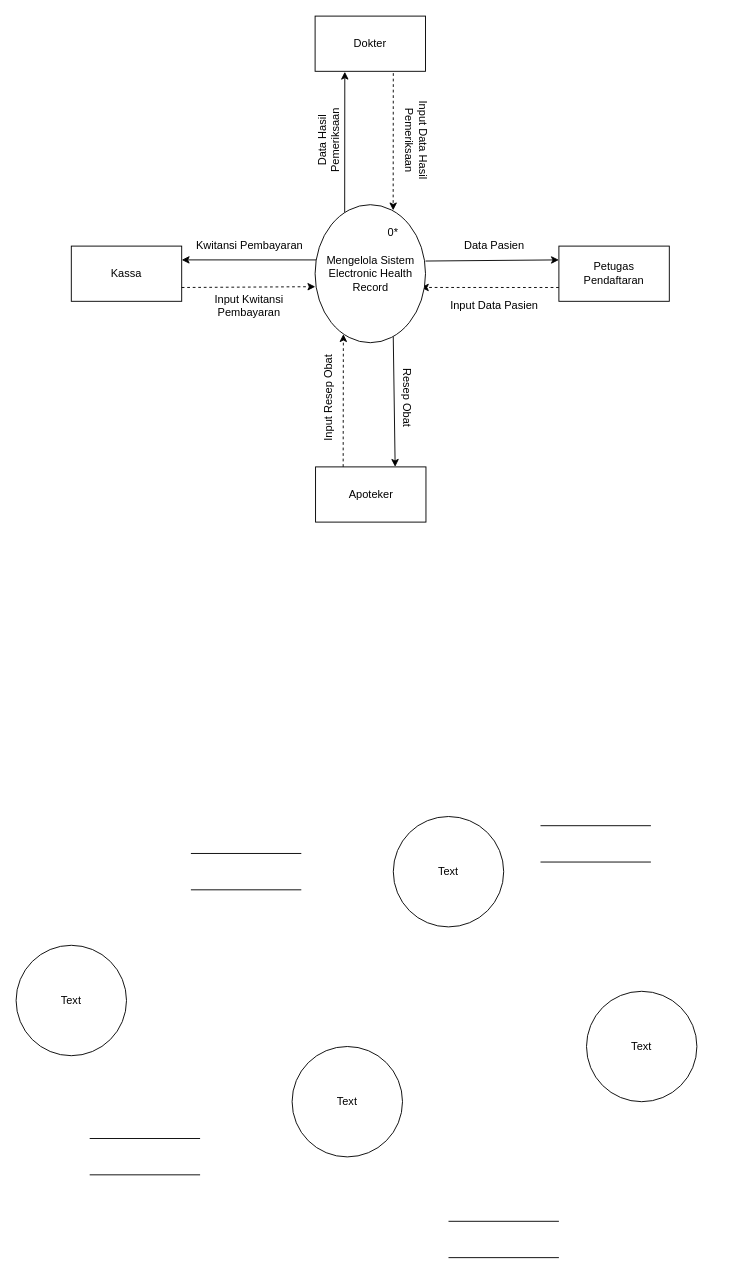
Arfnvaaa/Arfnvaaa keeps this draw.io diagram as DFD LVL 0.drawio. Above is the earlier version. Source tidied: cells renumbered, new cells numbered last; positions are measured from the earlier drawing's top-left corner, leaving out a move shared by most shapes. Both pictures are drawn from the tidied source at 92%, with x=0, y=0 at pixel (16, 16).
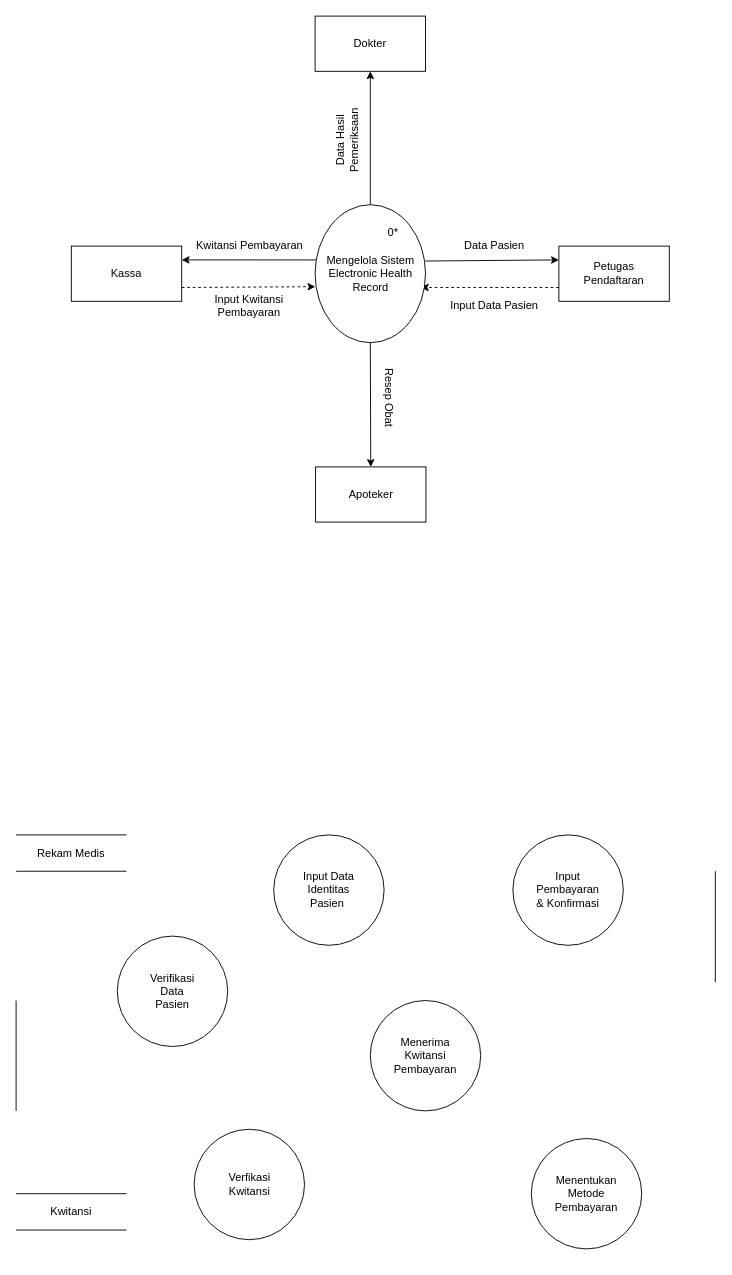
Above is the later version.

The change refers to these unchanged cells:
```xml
<mxCell id="13" style="ellipse;whiteSpace=wrap;html=1;rotation=90;" parent="12" vertex="1">
  <mxGeometry x="-13" y="15" width="150" height="120" as="geometry" />
</mxCell>
<mxCell id="18" style="rounded=0;whiteSpace=wrap;html=1;" parent="17" vertex="1">
  <mxGeometry width="120" height="60" as="geometry" />
</mxCell>
<mxCell id="24" style="rounded=0;whiteSpace=wrap;html=1;" parent="23" vertex="1">
  <mxGeometry width="120" height="60" as="geometry" />
</mxCell>
```

Diff of the diagram source:
```diff
@@
-    <mxCell id="6" style="endArrow=classic;html=1;rounded=0;dashed=1;entryX=0.041;entryY=0.293;entryDx=0;entryDy=0;entryPerimeter=0;" parent="1" edge="1" target="13">
-      <mxGeometry relative="1" as="geometry">
-        <mxPoint x="410" y="62" as="sourcePoint" />
-      </mxGeometry>
-    </mxCell>
@@
-    <mxCell id="8" style="endArrow=classic;html=1;rounded=0;dashed=1;exitX=0.25;exitY=0;exitDx=0;exitDy=0;entryX=0.938;entryY=0.744;entryDx=0;entryDy=0;entryPerimeter=0;" parent="1" edge="1" source="24" target="13">
-      <mxGeometry relative="1" as="geometry" />
-    </mxCell>
-    <mxCell id="9" style="endArrow=classic;html=1;rounded=0;entryX=0.269;entryY=1.008;entryDx=0;entryDy=0;exitX=0.057;exitY=0.732;exitDx=0;exitDy=0;exitPerimeter=0;entryPerimeter=0;" parent="1" edge="1" source="13" target="18">
+    <mxCell id="9" style="endArrow=classic;html=1;rounded=0;entryX=0.5;entryY=1;entryDx=0;entryDy=0;exitX=0;exitY=0.5;exitDx=0;exitDy=0;" parent="1" edge="1" source="13" target="18">
       <mxGeometry relative="1" as="geometry" />
     </mxCell>
@@
-    <mxCell id="11" style="endArrow=classic;html=1;rounded=0;exitX=0.955;exitY=0.292;exitDx=0;exitDy=0;exitPerimeter=0;entryX=0.721;entryY=-0.001;entryDx=0;entryDy=0;entryPerimeter=0;" parent="1" edge="1" source="13" target="24">
+    <mxCell id="11" style="endArrow=classic;html=1;rounded=0;exitX=1;exitY=0.5;exitDx=0;exitDy=0;entryX=0.5;entryY=0;entryDx=0;entryDy=0;" parent="1" edge="1" source="13" target="24">
       <mxGeometry relative="1" as="geometry" />
     </mxCell>
@@
     <mxCell id="26" style="group;" parent="1" vertex="1">
-      <mxGeometry x="620" y="1060" width="120" height="120" as="geometry" />
+      <mxGeometry x="193.5" y="1210" width="120" height="120" as="geometry" />
     </mxCell>
@@
-    <mxCell id="28" value="Text" style="text;html=1;whiteSpace=wrap;strokeColor=none;fillColor=none;align=center;verticalAlign=middle;rounded=0;" parent="26" vertex="1">
+    <mxCell id="28" value="Verfikasi Kwitansi" style="text;html=1;whiteSpace=wrap;strokeColor=none;fillColor=none;align=center;verticalAlign=middle;rounded=0;" parent="26" vertex="1">
       <mxGeometry x="30" y="45" width="60" height="30" as="geometry" />
     </mxCell>
-    <mxCell id="29" style="group;" parent="1" vertex="1">
-      <mxGeometry x="410" y="870" width="120" height="120" as="geometry" />
-    </mxCell>
-    <mxCell id="30" style="ellipse;whiteSpace=wrap;html=1;" parent="29" vertex="1">
-      <mxGeometry width="120" height="120" as="geometry" />
-    </mxCell>
-    <mxCell id="31" value="Text" style="text;html=1;whiteSpace=wrap;strokeColor=none;fillColor=none;align=center;verticalAlign=middle;rounded=0;" parent="29" vertex="1">
-      <mxGeometry x="30" y="45" width="60" height="30" as="geometry" />
-    </mxCell>
     <mxCell id="32" style="group;" parent="1" vertex="1">
-      <mxGeometry y="1010" width="120" height="120" as="geometry" />
+      <mxGeometry x="110" y="1000" width="120" height="120" as="geometry" />
     </mxCell>
@@
-    <mxCell id="34" value="Text" style="text;html=1;whiteSpace=wrap;strokeColor=none;fillColor=none;align=center;verticalAlign=middle;rounded=0;" parent="32" vertex="1">
+    <mxCell id="34" value="Verifikasi Data Pasien" style="text;html=1;whiteSpace=wrap;strokeColor=none;fillColor=none;align=center;verticalAlign=middle;rounded=0;" parent="32" vertex="1">
       <mxGeometry x="30" y="45" width="60" height="30" as="geometry" />
     </mxCell>
-    <mxCell id="35" style="group;" parent="1" vertex="1">
-      <mxGeometry x="300" y="1120" width="120" height="120" as="geometry" />
-    </mxCell>
-    <mxCell id="36" style="ellipse;whiteSpace=wrap;html=1;" parent="35" vertex="1">
-      <mxGeometry width="120" height="120" as="geometry" />
-    </mxCell>
-    <mxCell id="37" value="Text" style="text;html=1;whiteSpace=wrap;strokeColor=none;fillColor=none;align=center;verticalAlign=middle;rounded=0;" parent="35" vertex="1">
-      <mxGeometry x="30" y="45" width="60" height="30" as="geometry" />
-    </mxCell>
     <mxCell id="38" value="Data Hasil Pemeriksaan" style="text;html=1;whiteSpace=wrap;strokeColor=none;fillColor=none;align=center;verticalAlign=middle;rounded=0;rotation=-90;" parent="1" vertex="1">
-      <mxGeometry x="310" y="120" width="60" height="30" as="geometry" />
+      <mxGeometry x="330" y="120" width="60" height="30" as="geometry" />
     </mxCell>
-    <mxCell id="39" value="Input Data Hasil Pemeriksaan" style="text;html=1;whiteSpace=wrap;strokeColor=none;fillColor=none;align=center;verticalAlign=middle;rounded=0;rotation=90;" parent="1" vertex="1">
-      <mxGeometry x="380" y="120" width="110" height="30" as="geometry" />
-    </mxCell>
-    <mxCell id="40" value="Input Resep Obat" style="text;html=1;whiteSpace=wrap;strokeColor=none;fillColor=none;align=center;verticalAlign=middle;rounded=0;rotation=-90;" parent="1" vertex="1">
-      <mxGeometry x="290" y="400" width="100" height="30" as="geometry" />
-    </mxCell>
     <mxCell id="41" value="Resep Obat" style="text;html=1;whiteSpace=wrap;strokeColor=none;fillColor=none;align=center;verticalAlign=middle;rounded=0;rotation=90;" parent="1" vertex="1">
-      <mxGeometry x="390" y="400" width="70" height="30" as="geometry" />
+      <mxGeometry x="370" y="400" width="70" height="30" as="geometry" />
     </mxCell>
@@
     <mxCell id="46" style="group;" parent="1" vertex="1">
-      <mxGeometry x="190" y="910.2" width="120" height="39.5" as="geometry" />
+      <mxGeometry y="890" width="120" height="39.5" as="geometry" />
     </mxCell>
@@
+    <mxCell id="58" value="Rekam Medis" style="text;html=1;whiteSpace=wrap;strokeColor=none;fillColor=none;align=center;verticalAlign=middle;rounded=0;" parent="46" vertex="1">
+      <mxGeometry x="20" y="4.8" width="80" height="30" as="geometry" />
+    </mxCell>
     <mxCell id="49" style="group;" parent="1" vertex="1">
-      <mxGeometry x="80" y="1220" width="120" height="39.5" as="geometry" />
+      <mxGeometry y="1280" width="120" height="39.5" as="geometry" />
     </mxCell>
@@
-    <mxCell id="52" style="group;" parent="1" vertex="1">
-      <mxGeometry x="570" y="880" width="120" height="39.5" as="geometry" />
-    </mxCell>
-    <mxCell id="53" style="endArrow=none;html=1;rounded=0;" parent="52" edge="1">
-      <mxGeometry relative="1" as="geometry">
-        <mxPoint as="sourcePoint" />
-        <mxPoint x="120" as="targetPoint" />
-      </mxGeometry>
-    </mxCell>
-    <mxCell id="54" style="endArrow=none;html=1;rounded=0;" parent="52" edge="1">
-      <mxGeometry relative="1" as="geometry">
-        <mxPoint y="39.5" as="sourcePoint" />
-        <mxPoint x="120" y="39.5" as="targetPoint" />
-      </mxGeometry>
-    </mxCell>
-    <mxCell id="55" style="group;" parent="1" vertex="1">
-      <mxGeometry x="470" y="1310" width="120" height="39.5" as="geometry" />
-    </mxCell>
-    <mxCell id="56" style="endArrow=none;html=1;rounded=0;" parent="55" edge="1">
-      <mxGeometry relative="1" as="geometry">
-        <mxPoint as="sourcePoint" />
-        <mxPoint x="120" as="targetPoint" />
-      </mxGeometry>
-    </mxCell>
-    <mxCell id="57" style="endArrow=none;html=1;rounded=0;" parent="55" edge="1">
-      <mxGeometry relative="1" as="geometry">
-        <mxPoint y="39.5" as="sourcePoint" />
-        <mxPoint x="120" y="39.5" as="targetPoint" />
-      </mxGeometry>
-    </mxCell>
+    <mxCell id="59" value="Kwitansi" style="text;html=1;whiteSpace=wrap;strokeColor=none;fillColor=none;align=center;verticalAlign=middle;rounded=0;" parent="49" vertex="1">
+      <mxGeometry x="30" y="4.8" width="60" height="30" as="geometry" />
+    </mxCell>
+    <mxCell id="60" style="group;" parent="1" vertex="1">
+      <mxGeometry x="385" y="1070" width="120" height="120" as="geometry" />
+    </mxCell>
+    <mxCell id="61" style="ellipse;whiteSpace=wrap;html=1;" parent="60" vertex="1">
+      <mxGeometry width="120" height="120" as="geometry" />
+    </mxCell>
+    <mxCell id="62" value="Menerima Kwitansi Pembayaran" style="text;html=1;whiteSpace=wrap;strokeColor=none;fillColor=none;align=center;verticalAlign=middle;rounded=0;" parent="60" vertex="1">
+      <mxGeometry x="30" y="45" width="60" height="30" as="geometry" />
+    </mxCell>
+    <mxCell id="63" style="group;" parent="1" vertex="1">
+      <mxGeometry x="280" y="890" width="120" height="120" as="geometry" />
+    </mxCell>
+    <mxCell id="64" style="ellipse;whiteSpace=wrap;html=1;" parent="63" vertex="1">
+      <mxGeometry width="120" height="120" as="geometry" />
+    </mxCell>
+    <mxCell id="65" value="Input Data Identitas Pasien&amp;nbsp;" style="text;html=1;whiteSpace=wrap;strokeColor=none;fillColor=none;align=center;verticalAlign=middle;rounded=0;" parent="63" vertex="1">
+      <mxGeometry x="30" y="45" width="60" height="30" as="geometry" />
+    </mxCell>
+    <mxCell id="66" style="group;" parent="1" vertex="1">
+      <mxGeometry x="560" y="1220" width="120" height="120" as="geometry" />
+    </mxCell>
+    <mxCell id="67" style="ellipse;whiteSpace=wrap;html=1;" parent="66" vertex="1">
+      <mxGeometry width="120" height="120" as="geometry" />
+    </mxCell>
+    <mxCell id="68" value="Menentukan Metode Pembayaran" style="text;html=1;whiteSpace=wrap;strokeColor=none;fillColor=none;align=center;verticalAlign=middle;rounded=0;" parent="66" vertex="1">
+      <mxGeometry x="30" y="45" width="60" height="30" as="geometry" />
+    </mxCell>
+    <mxCell id="69" style="group;" parent="1" vertex="1">
+      <mxGeometry x="540" y="890" width="120" height="120" as="geometry" />
+    </mxCell>
+    <mxCell id="70" style="ellipse;whiteSpace=wrap;html=1;" parent="69" vertex="1">
+      <mxGeometry width="120" height="120" as="geometry" />
+    </mxCell>
+    <mxCell id="71" value="Input Pembayaran &amp;amp; Konfirmasi" style="text;html=1;whiteSpace=wrap;strokeColor=none;fillColor=none;align=center;verticalAlign=middle;rounded=0;" parent="69" vertex="1">
+      <mxGeometry x="30" y="45" width="60" height="30" as="geometry" />
+    </mxCell>
+    <mxCell id="72" style="endArrow=none;html=1;rounded=0;" parent="1" edge="1">
+      <mxGeometry relative="1" as="geometry">
+        <mxPoint y="1190" as="sourcePoint" />
+        <mxPoint y="1070" as="targetPoint" />
+      </mxGeometry>
+    </mxCell>
+    <mxCell id="73" style="endArrow=none;html=1;rounded=0;" parent="1" edge="1">
+      <mxGeometry relative="1" as="geometry">
+        <mxPoint x="760" y="929.5" as="sourcePoint" />
+        <mxPoint x="760" y="1050" as="targetPoint" />
+      </mxGeometry>
+    </mxCell>
```
